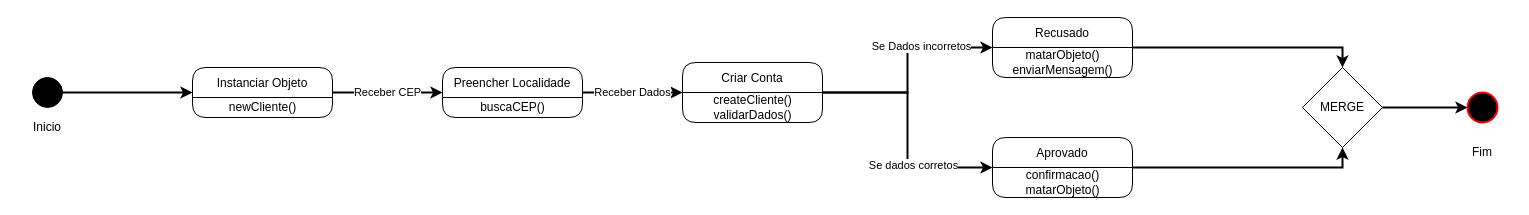
Earlier version of the draw.io diagram page "Cliente" (1 of 6) of Estados/Draw/Diagramas.drawio (unifgabsantos/Mecanico). Source tidied: cells renumbered, new cells numbered last; positions are measured from the earlier drawing's top-left corner, leaving out a move shared by most shapes. Both pictures are drawn from the tidied source at 100%, with x=0, y=0 at pixel (17, 17).
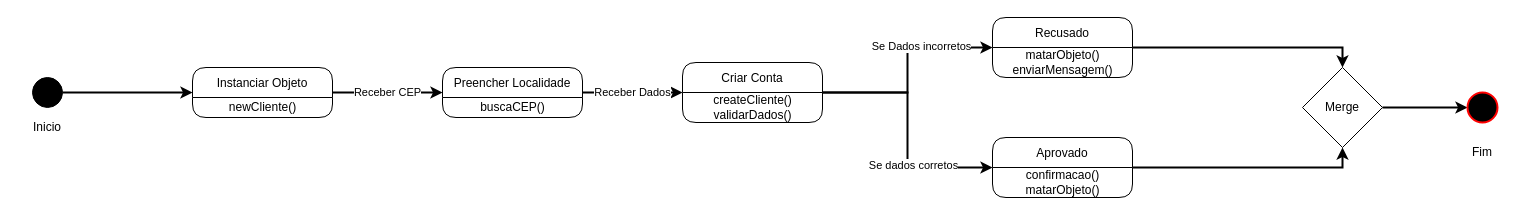
The same diagram, later.

The edit, as a diff of the source:
```diff
@@
-    <mxCell id="25" value="MERGE" style="rhombus;whiteSpace=wrap;html=1;" parent="1" vertex="1">
+    <mxCell id="25" value="Merge" style="rhombus;whiteSpace=wrap;html=1;" parent="1" vertex="1">
       <mxGeometry x="1285" y="50" width="80" height="80" as="geometry" />
     </mxCell>
```
